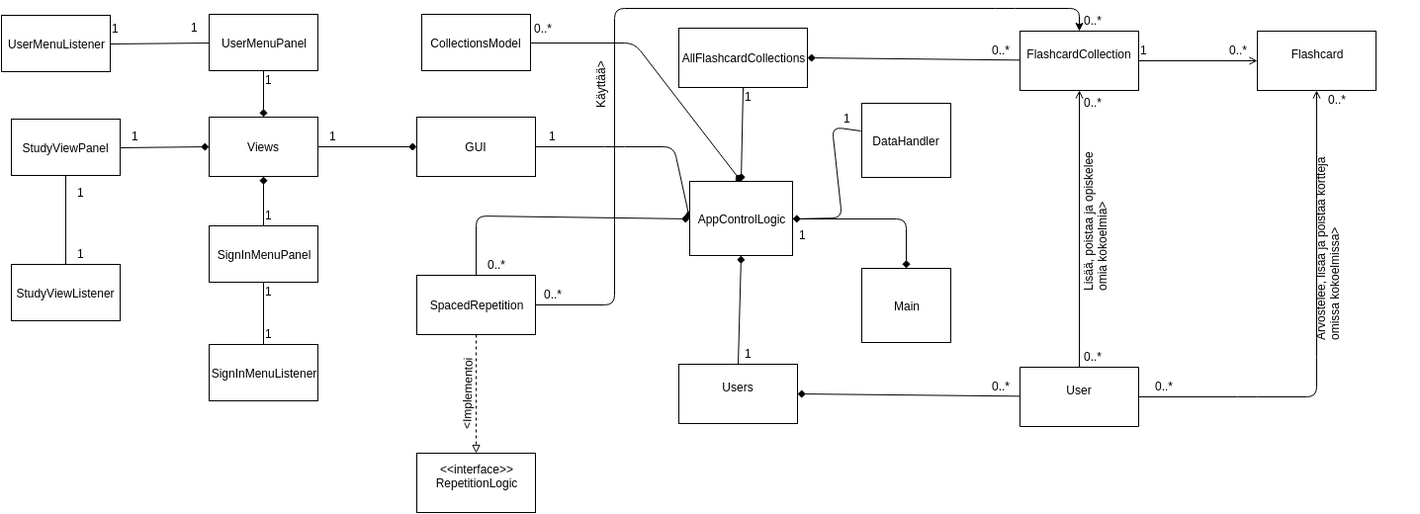
The draw.io diagram dokumentaatio/Luokkakaavio.png in RIR/FlashRep, before a commit. Source tidied: cells renumbered, new cells last; positions are measured from the earlier drawing's top-left corner, leaving out a move shared by most shapes.
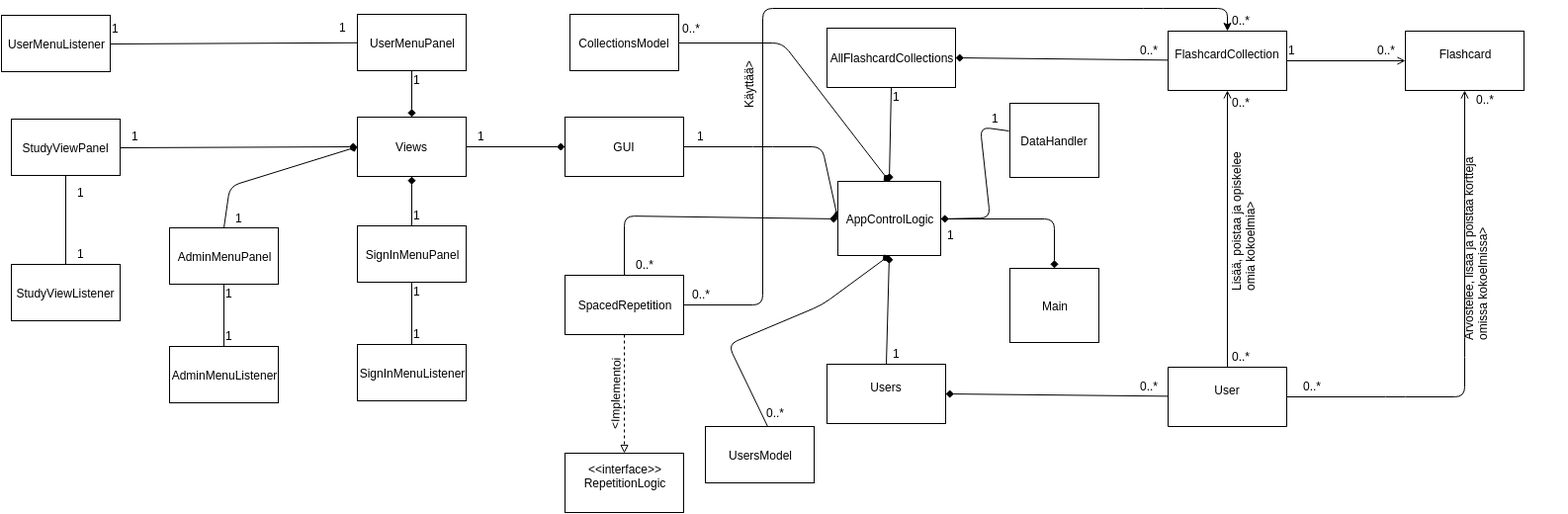
After the commit.

Change to the diagram source:
```diff
@@ -196,34 +196,34 @@
       <mxGeometry relative="1" as="geometry" />
     </mxCell>
     <mxCell id="56" value="UserMenuListener" style="whiteSpace=wrap;html=1;" parent="1" vertex="1">
-      <mxGeometry y="7" width="110" height="57" as="geometry" />
+      <mxGeometry x="-150" y="7" width="110" height="57" as="geometry" />
     </mxCell>
     <mxCell id="57" value="1&lt;div&gt;&lt;br&gt;&lt;/div&gt;" style="text;html=1;align=left;verticalAlign=top;spacingTop=-4;" parent="1" vertex="1">
       <mxGeometry x="190" y="10" width="20" height="30" as="geometry" />
     </mxCell>
     <mxCell id="58" value="1&lt;div&gt;&lt;br&gt;&lt;/div&gt;" style="text;html=1;align=left;verticalAlign=top;spacingTop=-4;" parent="1" vertex="1">
-      <mxGeometry x="110" y="11" width="20" height="30" as="geometry" />
+      <mxGeometry x="-40" y="11" width="20" height="30" as="geometry" />
     </mxCell>
     <mxCell id="59" value="StudyViewPanel" style="whiteSpace=wrap;html=1;" parent="1" vertex="1">
-      <mxGeometry x="10" y="112" width="110" height="57" as="geometry" />
+      <mxGeometry x="-140" y="112" width="110" height="57" as="geometry" />
     </mxCell>
     <mxCell id="60" value="StudyViewListener" style="whiteSpace=wrap;html=1;" parent="1" vertex="1">
-      <mxGeometry x="10" y="259" width="110" height="57" as="geometry" />
+      <mxGeometry x="-140" y="259" width="110" height="57" as="geometry" />
     </mxCell>
     <mxCell id="61" value="1" style="text;html=1;align=left;verticalAlign=top;spacingTop=-4;" parent="1" vertex="1">
-      <mxGeometry x="75" y="239" width="20" height="20" as="geometry" />
+      <mxGeometry x="-75" y="239" width="20" height="20" as="geometry" />
     </mxCell>
     <mxCell id="62" style="edgeStyle=none;html=1;exitX=0.5;exitY=0;entryX=0.5;entryY=1;startArrow=none;startFill=0;endArrow=none;endFill=0;strokeColor=#000000;" parent="1" edge="1" source="60" target="59">
       <mxGeometry relative="1" as="geometry" />
     </mxCell>
     <mxCell id="63" value="1" style="text;html=1;align=left;verticalAlign=top;spacingTop=-4;" parent="1" vertex="1">
-      <mxGeometry x="75" y="177" width="20" height="20" as="geometry" />
+      <mxGeometry x="-75" y="177" width="20" height="20" as="geometry" />
     </mxCell>
     <mxCell id="64" style="edgeStyle=none;html=1;exitX=0;exitY=0.5;entryX=1;entryY=0.5;startArrow=diamond;startFill=1;endArrow=none;endFill=0;strokeColor=#000000;" parent="1" edge="1" source="42" target="59">
       <mxGeometry relative="1" as="geometry" />
     </mxCell>
     <mxCell id="65" value="1" style="text;html=1;align=left;verticalAlign=top;spacingTop=-4;" parent="1" vertex="1">
-      <mxGeometry x="130" y="120" width="20" height="20" as="geometry" />
+      <mxGeometry x="-20" y="120" width="20" height="20" as="geometry" />
     </mxCell>
     <mxCell id="66" style="edgeStyle=none;html=1;exitX=0.5;exitY=0;entryX=1;entryY=0.5;startArrow=diamond;startFill=1;endArrow=none;endFill=0;strokeColor=#000000;" parent="1" edge="1" source="67" target="68">
       <mxGeometry relative="1" as="geometry">
@@ -265,5 +265,44 @@
     <mxCell id="74" value="1" style="text;html=1;align=left;verticalAlign=top;spacingTop=-4;" parent="1" vertex="1">
       <mxGeometry x="850" y="102" width="20" height="20" as="geometry" />
     </mxCell>
+    <mxCell id="75" value="AdminMenuPanel" style="whiteSpace=wrap;html=1;" parent="1" vertex="1">
+      <mxGeometry x="20" y="222" width="110" height="57" as="geometry" />
+    </mxCell>
+    <mxCell id="76" style="edgeStyle=none;html=1;exitX=0.5;exitY=0;entryX=0.5;entryY=1;startArrow=none;startFill=0;endArrow=none;endFill=0;strokeColor=#000000;" parent="1" edge="1" source="77" target="75">
+      <mxGeometry relative="1" as="geometry" />
+    </mxCell>
+    <mxCell id="77" value="AdminMenuListener" style="whiteSpace=wrap;html=1;" parent="1" vertex="1">
+      <mxGeometry x="20" y="342" width="110" height="57" as="geometry" />
+    </mxCell>
+    <mxCell id="78" value="1" style="text;html=1;align=left;verticalAlign=top;spacingTop=-4;" parent="1" vertex="1">
+      <mxGeometry x="85" y="203" width="20" height="20" as="geometry" />
+    </mxCell>
+    <mxCell id="79" value="1" style="text;html=1;align=left;verticalAlign=top;spacingTop=-4;" parent="1" vertex="1">
+      <mxGeometry x="75" y="279" width="20" height="20" as="geometry" />
+    </mxCell>
+    <mxCell id="80" value="1" style="text;html=1;align=left;verticalAlign=top;spacingTop=-4;" parent="1" vertex="1">
+      <mxGeometry x="75" y="322" width="20" height="20" as="geometry" />
+    </mxCell>
+    <mxCell id="81" style="edgeStyle=none;html=1;exitX=0;exitY=0.5;entryX=0.5;entryY=0;startArrow=diamond;startFill=1;endArrow=none;endFill=0;strokeColor=#000000;" parent="1" edge="1" source="42" target="75">
+      <mxGeometry relative="1" as="geometry">
+        <Array as="points">
+          <mxPoint x="81" y="180" />
+        </Array>
+      </mxGeometry>
+    </mxCell>
+    <mxCell id="82" value="UsersModel" style="whiteSpace=wrap;html=1;" parent="1" vertex="1">
+      <mxGeometry x="562" y="423" width="110" height="57" as="geometry" />
+    </mxCell>
+    <mxCell id="83" value="0..*" style="text;html=1;align=left;verticalAlign=top;spacingTop=-4;" parent="1" vertex="1">
+      <mxGeometry x="622" y="400" width="30" height="20" as="geometry" />
+    </mxCell>
+    <mxCell id="84" style="edgeStyle=none;html=1;exitX=0.5;exitY=1;entryX=0.573;entryY=0;startArrow=diamond;startFill=1;endArrow=none;endFill=0;strokeColor=#000000;entryPerimeter=0;" parent="1" edge="1" source="67" target="82">
+      <mxGeometry relative="1" as="geometry">
+        <Array as="points">
+          <mxPoint x="680" y="300" />
+          <mxPoint x="585" y="340" />
+        </Array>
+      </mxGeometry>
+    </mxCell>
   </root>
 </mxGraphModel>
```
